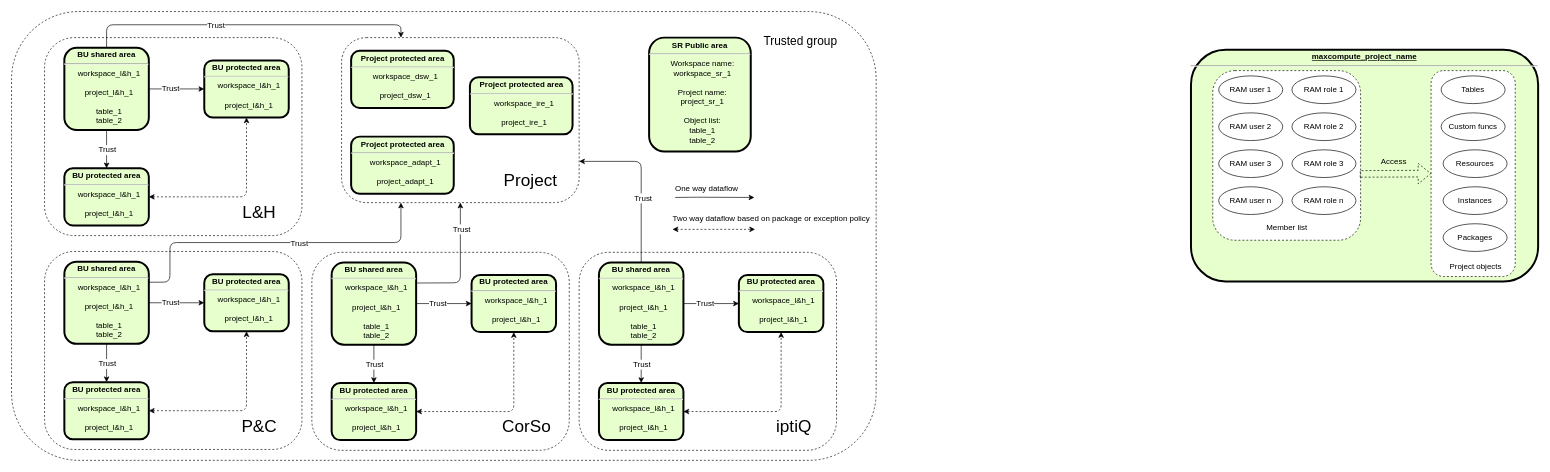
This is dsad-731.drawio from huangdgm/webstore-v2.0, a draw.io file, before an edit. Source tidied: cells renumbered, new cells numbered last; positions are measured from the earlier drawing's top-left corner, leaving out a move shared by most shapes. Both pictures are drawn from the tidied source at 66%, with x=0, y=0 at pixel (11, 11).
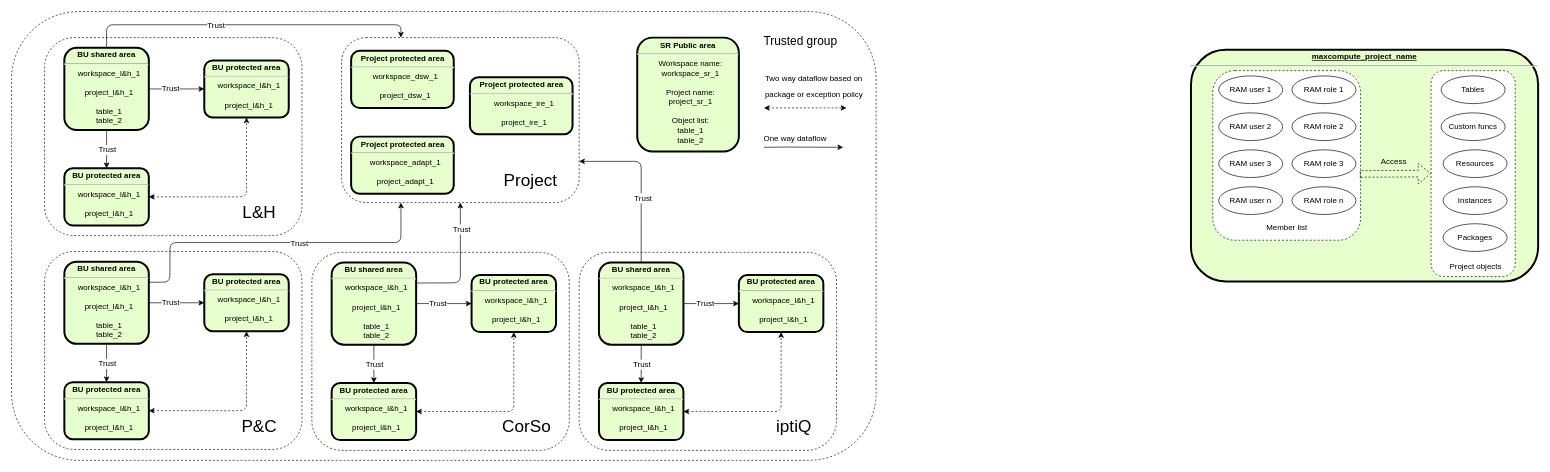
Above is the later version.

Unchanged cells that the change refers to:
```xml
<mxCell id="7" value="&lt;p style=&quot;margin: 4px 0px 0px&quot;&gt;BU shared area&lt;/p&gt;&lt;hr&gt;&lt;p style=&quot;margin: 0px ; margin-left: 8px&quot;&gt;&lt;span style=&quot;font-weight: 400&quot;&gt;workspace_l&amp;amp;h_1&lt;/span&gt;&lt;br&gt;&lt;/p&gt;&lt;p style=&quot;margin: 0px ; margin-left: 8px&quot;&gt;&lt;span style=&quot;font-weight: 400&quot;&gt;&lt;br&gt;&lt;/span&gt;&lt;/p&gt;&lt;p style=&quot;margin: 0px ; margin-left: 8px&quot;&gt;&lt;span style=&quot;font-weight: normal&quot;&gt;project_l&amp;amp;h_1&lt;/span&gt;&lt;/p&gt;&lt;p style=&quot;margin: 0px ; margin-left: 8px&quot;&gt;&lt;span style=&quot;font-weight: normal&quot;&gt;&lt;br&gt;&lt;/span&gt;&lt;/p&gt;&lt;p style=&quot;margin: 0px ; margin-left: 8px&quot;&gt;&lt;span style=&quot;font-weight: normal&quot;&gt;table_1&lt;/span&gt;&lt;/p&gt;&lt;p style=&quot;margin: 0px ; margin-left: 8px&quot;&gt;&lt;span style=&quot;font-weight: normal&quot;&gt;table_2&lt;/span&gt;&lt;/p&gt;" style="verticalAlign=middle;align=center;overflow=fill;fontSize=12;fontFamily=Helvetica;html=1;rounded=1;fontStyle=1;strokeWidth=3;fillColor=#E6FFCC;" parent="1" vertex="1">
  <mxGeometry x="890" y="380.2" width="128" height="124.5" as="geometry" />
</mxCell>
<mxCell id="11" style="rounded=1;whiteSpace=wrap;html=1;dashed=1;" parent="1" vertex="1">
  <mxGeometry x="500" y="39.5" width="360" height="250" as="geometry" />
</mxCell>
```

Diff of the diagram source:
```diff
@@
     <mxCell id="9" style="endArrow=classic;html=1;fontSize=20;" parent="1" edge="1">
       <mxGeometry relative="1" as="geometry">
-        <mxPoint x="1005.5" y="281.7" as="sourcePoint" />
-        <mxPoint x="1125.5" y="281.7" as="targetPoint" />
+        <mxPoint x="1140" y="205.7" as="sourcePoint" />
+        <mxPoint x="1260" y="205.7" as="targetPoint" />
         <Array as="points">
-          <mxPoint x="1037.5" y="281.3" />
+          <mxPoint x="1172" y="205.3" />
         </Array>
       </mxGeometry>
     </mxCell>
     <mxCell id="10" value="&lt;font style=&quot;font-size: 12px&quot;&gt;One way dataflow&lt;/font&gt;" style="text;html=1;align=center;verticalAlign=middle;fontSize=20;" parent="1" vertex="1">
-      <mxGeometry x="1000" y="248" width="105" height="31" as="geometry" />
+      <mxGeometry x="1134.5" y="172" width="105" height="31" as="geometry" />
     </mxCell>
@@
     <mxCell id="13" value="&lt;p style=&quot;margin: 4px 0px 0px ; text-align: center&quot;&gt;SR Public area&lt;/p&gt;&lt;hr&gt;&lt;p style=&quot;margin: 0px ; margin-left: 8px&quot;&gt;&lt;span style=&quot;font-weight: normal&quot;&gt;Workspace name:&lt;/span&gt;&lt;/p&gt;&lt;p style=&quot;margin: 0px ; margin-left: 8px&quot;&gt;&lt;span style=&quot;font-weight: normal&quot;&gt;&lt;span&gt;workspace_sr_1&lt;/span&gt;&lt;br&gt;&lt;/span&gt;&lt;/p&gt;&lt;p style=&quot;margin: 0px ; margin-left: 8px&quot;&gt;&lt;span style=&quot;font-weight: normal&quot;&gt;&lt;br&gt;&lt;/span&gt;&lt;/p&gt;&lt;p style=&quot;margin: 0px ; margin-left: 8px&quot;&gt;&lt;span style=&quot;font-weight: normal&quot;&gt;Project name:&lt;/span&gt;&lt;/p&gt;&lt;p style=&quot;margin: 0px ; margin-left: 8px&quot;&gt;&lt;span style=&quot;font-weight: normal&quot;&gt;project_sr_1&lt;/span&gt;&lt;/p&gt;&lt;p style=&quot;margin: 0px ; margin-left: 8px&quot;&gt;&lt;span style=&quot;font-weight: normal&quot;&gt;&lt;br&gt;&lt;/span&gt;&lt;/p&gt;&lt;p style=&quot;margin: 0px ; margin-left: 8px&quot;&gt;&lt;span style=&quot;font-weight: normal&quot;&gt;Object list:&lt;/span&gt;&lt;/p&gt;&lt;p style=&quot;margin: 0px ; margin-left: 8px&quot;&gt;&lt;span style=&quot;font-weight: normal&quot;&gt;table_1&lt;/span&gt;&lt;/p&gt;&lt;p style=&quot;margin: 0px ; margin-left: 8px&quot;&gt;&lt;span style=&quot;font-weight: normal&quot;&gt;table_2&lt;/span&gt;&lt;/p&gt;" style="verticalAlign=middle;align=center;overflow=fill;fontSize=12;fontFamily=Helvetica;html=1;rounded=1;fontStyle=1;strokeWidth=3;fillColor=#E6FFCC;" parent="1" vertex="1">
-      <mxGeometry x="966" y="39.5" width="154" height="172.5" as="geometry" />
+      <mxGeometry x="948" y="39.5" width="154" height="172.5" as="geometry" />
     </mxCell>
@@
-    <mxCell id="31" value="&lt;div&gt;&lt;span style=&quot;font-size: 12px&quot;&gt;Two way dataflow based on package or exception policy&lt;/span&gt;&lt;/div&gt;" style="text;html=1;align=left;verticalAlign=middle;fontSize=20;" parent="1" vertex="1">
-      <mxGeometry x="1000" y="295" width="310" height="30" as="geometry" />
+    <mxCell id="31" value="&lt;div&gt;&lt;span style=&quot;font-size: 12px&quot;&gt;Two way dataflow based on&amp;nbsp;&lt;/span&gt;&lt;/div&gt;&lt;div&gt;&lt;span style=&quot;font-size: 12px&quot;&gt;package or exception policy&lt;/span&gt;&lt;/div&gt;" style="text;html=1;align=left;verticalAlign=middle;fontSize=20;" parent="1" vertex="1">
+      <mxGeometry x="1140" y="79.5" width="170" height="60" as="geometry" />
     </mxCell>
     <mxCell id="32" style="endArrow=classic;startArrow=classic;html=1;dashed=1;" parent="1" edge="1">
       <mxGeometry relative="1" as="geometry">
-        <mxPoint x="1001.5" y="330" as="sourcePoint" />
-        <mxPoint x="1126.5" y="330" as="targetPoint" />
+        <mxPoint x="1140" y="146" as="sourcePoint" />
+        <mxPoint x="1265" y="146" as="targetPoint" />
       </mxGeometry>
     </mxCell>
@@
     <mxCell id="79" style="endArrow=classic;html=1;fontSize=12;exitX=0.5;exitY=0;exitDx=0;exitDy=0;entryX=1;entryY=0.75;entryDx=0;entryDy=0;" parent="1" edge="1" source="7" target="11">
       <mxGeometry relative="1" as="geometry">
         <Array as="points">
+          <mxPoint x="954" y="310" />
           <mxPoint x="954" y="227" />
         </Array>
       </mxGeometry>
     </mxCell>
```
